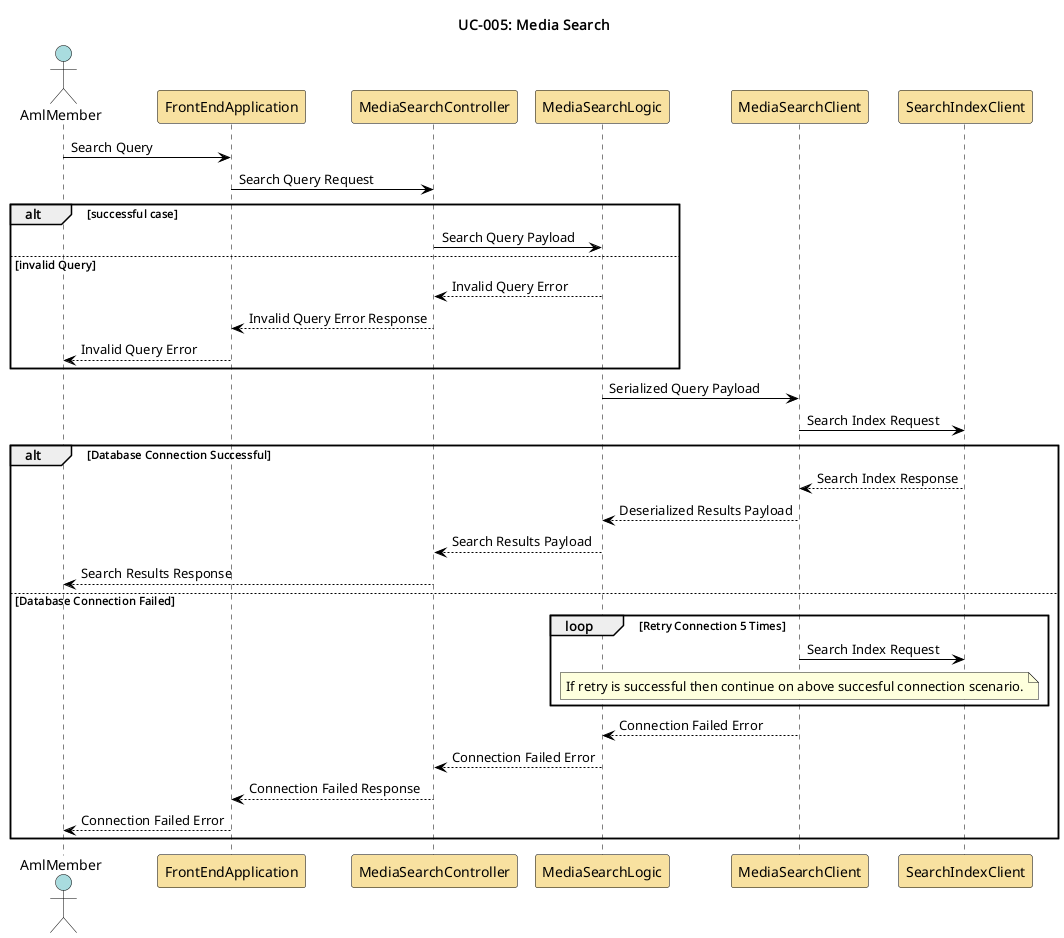
Above: documentation/uml-sequence/media-search/media-search.png in Nox-iv/group-11 (PlantUML), before the change.
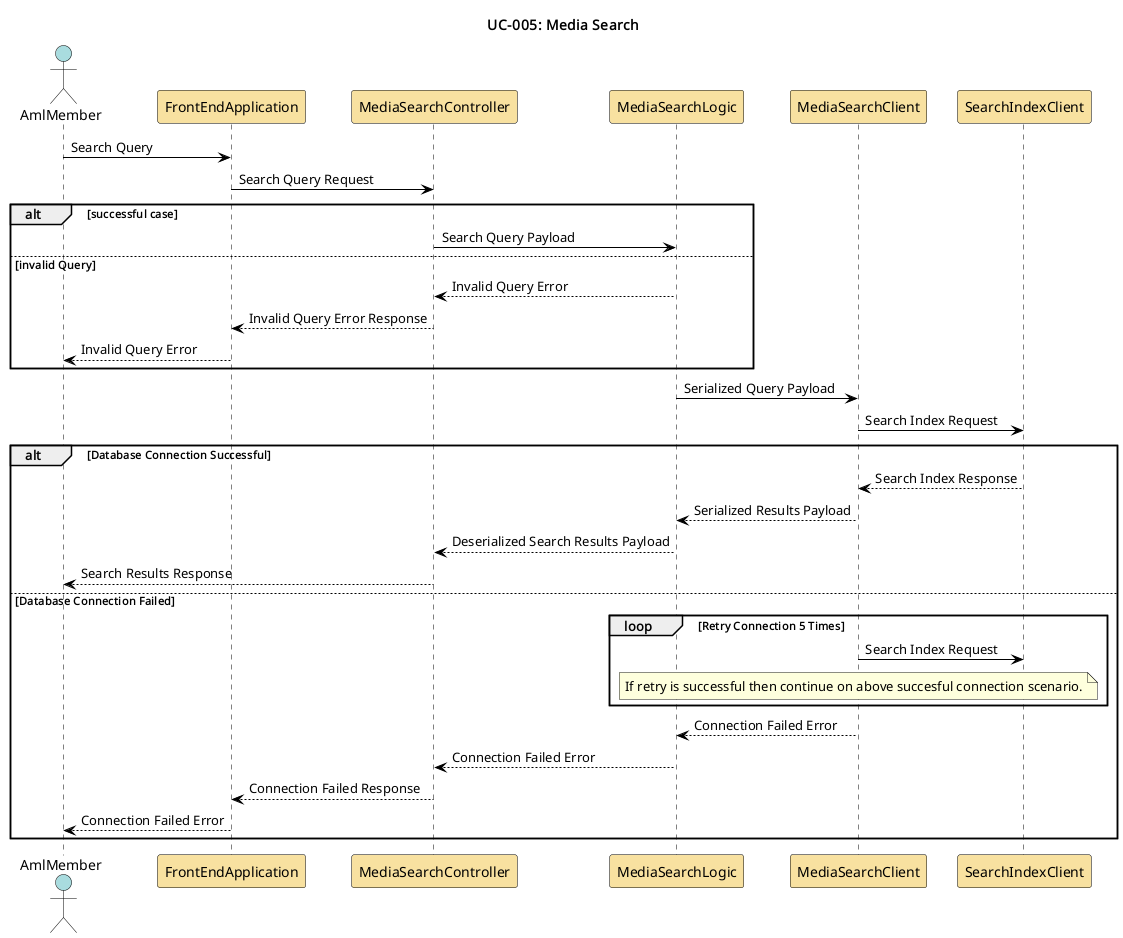
Above is the later version.

Commit message:
Update media search png.

Diff of the diagram source:
```diff
@@ -37,8 +37,8 @@
 media_search_client -> media_search_index: Search Index Request
 alt Database Connection Successful
     media_search_index --> media_search_client: Search Index Response
-    media_search_client --> media_search_logic: Deserialized Results Payload
-    media_search_logic --> media_search_controller: Search Results Payload
+    media_search_client --> media_search_logic: Serialized Results Payload
+    media_search_logic --> media_search_controller: Deserialized Search Results Payload
     media_search_controller --> aml_member: Search Results Response
 else Database Connection Failed
     loop Retry Connection 5 Times
```
